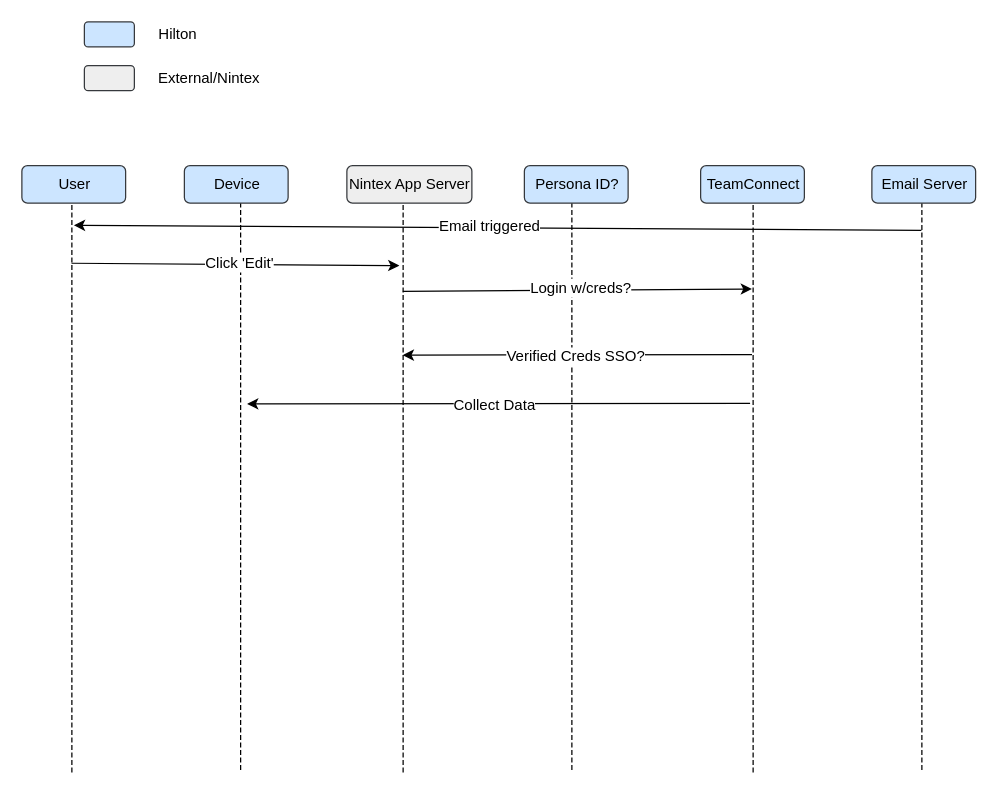
The draw.io diagram page "Data Diagram" (5 of 6) of Nintex Workflow Cloud.drawio in ednat14/edna, before the edit. Source tidied: cells renumbered, new cells numbered last; positions are measured from the earlier drawing's top-left corner, leaving out a move shared by most shapes. Both pictures are drawn from the tidied source at 125%, with x=0, y=0 at pixel (-129, 21).
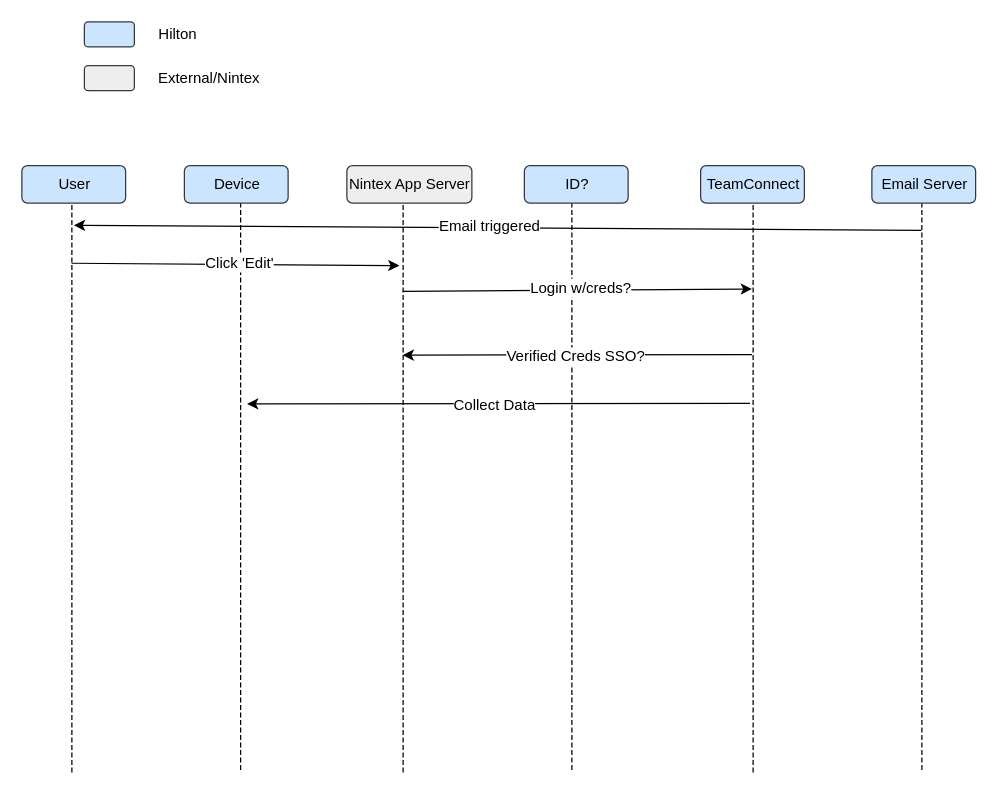
After the change.

The edit, as a diff of the source:
```diff
@@
-    <mxCell id="8" value="Persona ID?" style="html=1;dashed=0;whitespace=wrap;rounded=1;fillColor=#cce5ff;strokeColor=#36393d;" parent="1" vertex="1">
+    <mxCell id="8" value="ID?" style="html=1;dashed=0;whitespace=wrap;rounded=1;fillColor=#cce5ff;strokeColor=#36393d;" parent="1" vertex="1">
       <mxGeometry x="522" y="115" width="83" height="30" as="geometry" />
     </mxCell>
```
